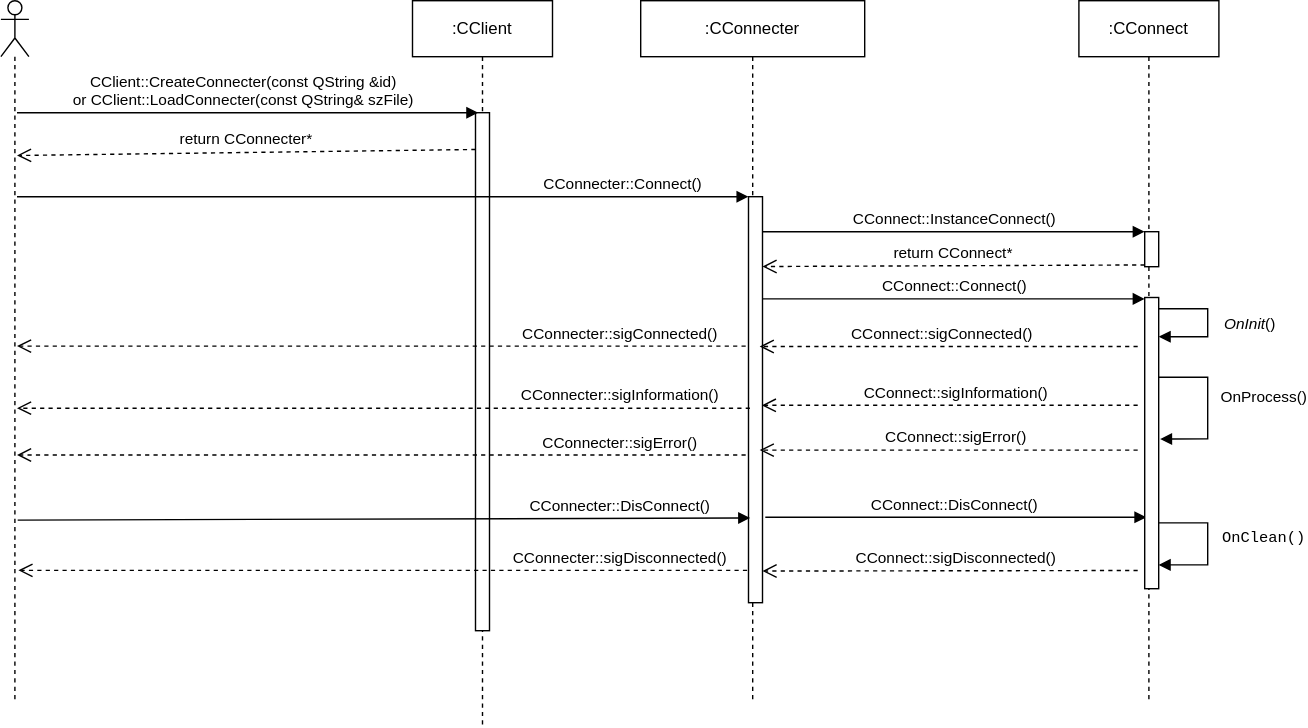
KangLin/RabbitRemoteControl keeps this draw.io diagram as docs/Image/PluginClientSequenceDiagram.svg. Above is the earlier version. Source tidied: cells renumbered, new cells last; positions are measured from the earlier drawing's top-left corner, leaving out a move shared by most shapes. Its diagram source:
```xml
<mxGraphModel>
  <root>
    <mxCell id="0" />
    <mxCell id="1" parent="0" />
    <mxCell id="2" value=":CManagePlugin" style="shape=umlLifeline;perimeter=lifelinePerimeter;whiteSpace=wrap;html=1;fontColor=#000000;" parent="1" vertex="1">
      <mxGeometry x="294" width="100" height="519" as="geometry" />
    </mxCell>
    <mxCell id="3" style="html=1;points=[];perimeter=orthogonalPerimeter;fontColor=#000000;" parent="2" vertex="1">
      <mxGeometry x="45" y="80" width="10" height="370" as="geometry" />
    </mxCell>
    <mxCell id="4" value="CConnecter::sigError()" style="html=1;verticalAlign=bottom;endArrow=open;dashed=1;endSize=8;rounded=0;fontColor=#000000;" parent="2" edge="1">
      <mxGeometry x="-0.65" relative="1" as="geometry">
        <mxPoint x="238" y="324.5" as="sourcePoint" />
        <mxPoint x="-282.5" y="324.5" as="targetPoint" />
      </mxGeometry>
    </mxCell>
    <mxCell id="5" value=":CConnecter" style="shape=umlLifeline;perimeter=lifelinePerimeter;whiteSpace=wrap;html=1;fontColor=#000000;" parent="1" vertex="1">
      <mxGeometry x="457" width="160" height="499" as="geometry" />
    </mxCell>
    <mxCell id="6" style="html=1;points=[];perimeter=orthogonalPerimeter;fontColor=#000000;" parent="5" vertex="1">
      <mxGeometry x="77" y="140" width="10" height="290" as="geometry" />
    </mxCell>
    <mxCell id="7" value="CConnect::DisConnect()" style="html=1;verticalAlign=bottom;endArrow=block;rounded=0;fontColor=#000000;entryX=0.12;entryY=0.681;entryDx=0;entryDy=0;entryPerimeter=0;" parent="5" edge="1">
      <mxGeometry x="-0.01" relative="1" as="geometry">
        <mxPoint x="89" y="369" as="sourcePoint" />
        <mxPoint x="361.2" y="369" as="targetPoint" />
      </mxGeometry>
    </mxCell>
    <mxCell id="8" style="shape=umlLifeline;participant=umlActor;perimeter=lifelinePerimeter;whiteSpace=wrap;html=1;verticalAlign=top;spacingTop=36;fontColor=#000000;" parent="1" vertex="1">
      <mxGeometry width="20" height="499" as="geometry" />
    </mxCell>
    <mxCell id="9" value="CConnecter::DisConnect()" style="html=1;verticalAlign=bottom;endArrow=block;rounded=0;fontColor=#000000;entryX=0.12;entryY=0.681;entryDx=0;entryDy=0;entryPerimeter=0;" parent="8" edge="1">
      <mxGeometry x="0.64" relative="1" as="geometry">
        <mxPoint x="12" y="371" as="sourcePoint" />
        <mxPoint x="535.2" y="369.5" as="targetPoint" />
      </mxGeometry>
    </mxCell>
    <mxCell id="10" value="CManagePlugin::CreateConnecter(const QString &amp;amp;id)&lt;div&gt;or CManagePlugin::LoadConnecter(const QString&amp;amp; szFile)&lt;/div&gt;" style="html=1;verticalAlign=bottom;endArrow=block;entryX=0;entryY=0;rounded=0;fontColor=#000000;align=center;" parent="1" edge="1">
      <mxGeometry x="-0.03" relative="1" as="geometry">
        <mxPoint x="11.5" y="80" as="sourcePoint" />
        <mxPoint x="341" y="80" as="targetPoint" />
        <mxPoint x="1" as="offset" />
      </mxGeometry>
    </mxCell>
    <mxCell id="11" value="return CConnecter*" style="html=1;verticalAlign=bottom;endArrow=open;dashed=1;endSize=8;rounded=0;fontColor=#000000;exitX=0;exitY=0.071;exitDx=0;exitDy=0;exitPerimeter=0;" parent="1" edge="1" source="3">
      <mxGeometry relative="1" as="geometry">
        <mxPoint x="11.5" y="110.6" as="targetPoint" />
      </mxGeometry>
    </mxCell>
    <mxCell id="12" value="CConnecter::Connect()" style="html=1;verticalAlign=bottom;endArrow=block;entryX=0;entryY=0;rounded=0;fontColor=#000000;" parent="1" edge="1" target="6">
      <mxGeometry x="0.65" relative="1" as="geometry">
        <mxPoint x="11.5" y="140" as="sourcePoint" />
      </mxGeometry>
    </mxCell>
    <mxCell id="13" value="CConnecter::sigConnected()" style="html=1;verticalAlign=bottom;endArrow=open;dashed=1;endSize=8;exitX=-0.2;exitY=0.33;rounded=0;fontColor=#000000;exitDx=0;exitDy=0;exitPerimeter=0;" parent="1" edge="1">
      <mxGeometry x="-0.65" relative="1" as="geometry">
        <mxPoint x="532" y="246.7" as="sourcePoint" />
        <mxPoint x="11.5" y="246.7" as="targetPoint" />
      </mxGeometry>
    </mxCell>
    <mxCell id="14" value=":CConnect" style="shape=umlLifeline;perimeter=lifelinePerimeter;whiteSpace=wrap;html=1;fontColor=#000000;" parent="1" vertex="1">
      <mxGeometry x="770" width="100" height="499" as="geometry" />
    </mxCell>
    <mxCell id="15" style="html=1;points=[];perimeter=orthogonalPerimeter;fontColor=#000000;" parent="14" vertex="1">
      <mxGeometry x="47" y="165" width="10" height="25" as="geometry" />
    </mxCell>
    <mxCell id="16" style="html=1;points=[];perimeter=orthogonalPerimeter;fontColor=#000000;" parent="14" vertex="1">
      <mxGeometry x="47" y="212" width="10" height="208" as="geometry" />
    </mxCell>
    <mxCell id="17" value="&lt;span style=&quot;font-style: italic&quot;&gt;OnInit&lt;/span&gt;()" style="html=1;verticalAlign=bottom;endArrow=block;rounded=0;fontColor=#000000;" parent="14" edge="1">
      <mxGeometry x="0.22" y="-30" relative="1" as="geometry">
        <mxPoint x="57" y="220" as="sourcePoint" />
        <mxPoint x="57" y="240" as="targetPoint" />
        <Array as="points">
          <mxPoint x="92" y="220" />
          <mxPoint x="92" y="240" />
        </Array>
        <mxPoint x="30" y="30" as="offset" />
      </mxGeometry>
    </mxCell>
    <mxCell id="18" value="OnProcess()" style="html=1;verticalAlign=bottom;endArrow=block;rounded=0;fontColor=#000000;entryX=1.1;entryY=0.486;entryDx=0;entryDy=0;entryPerimeter=0;" parent="14" edge="1" target="16">
      <mxGeometry x="0.02" y="40" relative="1" as="geometry">
        <mxPoint x="57" y="269" as="sourcePoint" />
        <Array as="points">
          <mxPoint x="92" y="269" />
          <mxPoint x="92" y="313" />
        </Array>
      </mxGeometry>
    </mxCell>
    <mxCell id="19" value="&lt;pre style=&quot;margin-top: 0px ; margin-bottom: 0px ; margin-left: 0px ; margin-right: 0px ; text-indent: 0px&quot;&gt;OnClean()&lt;/pre&gt;" style="html=1;verticalAlign=bottom;endArrow=block;rounded=0;fontColor=#000000;" parent="14" edge="1">
      <mxGeometry x="0.1" y="40" relative="1" as="geometry">
        <mxPoint x="57" y="373" as="sourcePoint" />
        <mxPoint x="57" y="403" as="targetPoint" />
        <Array as="points">
          <mxPoint x="92" y="373" />
          <mxPoint x="92" y="403" />
        </Array>
      </mxGeometry>
    </mxCell>
    <mxCell id="20" value="CConnect::InstanceConnect()" style="html=1;verticalAlign=bottom;endArrow=block;entryX=0;entryY=0;rounded=0;fontColor=#000000;" parent="1" edge="1" source="6" target="15">
      <mxGeometry relative="1" as="geometry" />
    </mxCell>
    <mxCell id="21" value="return CConnect*" style="html=1;verticalAlign=bottom;endArrow=open;dashed=1;endSize=8;exitX=0;exitY=0.95;rounded=0;fontColor=#000000;entryX=1;entryY=0.172;entryDx=0;entryDy=0;entryPerimeter=0;" parent="1" edge="1" source="15" target="6">
      <mxGeometry relative="1" as="geometry" />
    </mxCell>
    <mxCell id="22" value="CConnect::Connect()" style="html=1;verticalAlign=bottom;endArrow=block;entryX=0;entryY=0;rounded=0;fontColor=#000000;" parent="1" edge="1" source="6">
      <mxGeometry relative="1" as="geometry">
        <mxPoint x="817" y="213" as="targetPoint" />
      </mxGeometry>
    </mxCell>
    <mxCell id="23" value="CConnect::sigConnected()" style="html=1;verticalAlign=bottom;endArrow=open;dashed=1;endSize=8;rounded=0;fontColor=#000000;" parent="1" edge="1">
      <mxGeometry x="0.04" relative="1" as="geometry">
        <mxPoint x="812" y="247" as="sourcePoint" />
        <mxPoint x="542" y="247" as="targetPoint" />
      </mxGeometry>
    </mxCell>
    <mxCell id="24" value="CConnect::sigDisconnected()" style="html=1;verticalAlign=bottom;endArrow=open;dashed=1;endSize=8;rounded=0;fontColor=#000000;entryX=1;entryY=0.891;entryDx=0;entryDy=0;entryPerimeter=0;" parent="1" edge="1">
      <mxGeometry x="-0.03" relative="1" as="geometry">
        <mxPoint x="812" y="407" as="sourcePoint" />
        <mxPoint x="544" y="407.4" as="targetPoint" />
      </mxGeometry>
    </mxCell>
    <mxCell id="25" value="CConnecter::sigDisconnected()" style="html=1;verticalAlign=bottom;endArrow=open;dashed=1;endSize=8;rounded=0;fontColor=#000000;exitX=-0.2;exitY=0.91;exitDx=0;exitDy=0;exitPerimeter=0;" parent="1" edge="1">
      <mxGeometry x="-0.65" relative="1" as="geometry">
        <mxPoint x="533" y="406.9" as="sourcePoint" />
        <mxPoint x="12.5" y="406.9" as="targetPoint" />
      </mxGeometry>
    </mxCell>
    <mxCell id="26" value="CConnect::sigError()" style="html=1;verticalAlign=bottom;endArrow=open;dashed=1;endSize=8;rounded=0;fontColor=#000000;" parent="1" edge="1">
      <mxGeometry x="-0.04" relative="1" as="geometry">
        <mxPoint x="812" y="321" as="sourcePoint" />
        <mxPoint x="542" y="321" as="targetPoint" />
      </mxGeometry>
    </mxCell>
    <mxCell id="27" value="CConnect::sigInformation()" style="html=1;verticalAlign=bottom;endArrow=open;dashed=1;endSize=8;rounded=0;fontColor=#000000;" parent="1" edge="1">
      <mxGeometry x="-0.03" relative="1" as="geometry">
        <mxPoint x="812" y="289" as="sourcePoint" />
        <mxPoint x="543.5" y="289" as="targetPoint" />
      </mxGeometry>
    </mxCell>
    <mxCell id="28" value="CConnecter::sigInformation()" style="html=1;verticalAlign=bottom;endArrow=open;dashed=1;endSize=8;rounded=0;fontColor=#000000;exitX=0.1;exitY=0.583;exitDx=0;exitDy=0;exitPerimeter=0;" parent="1" edge="1">
      <mxGeometry x="-0.64" relative="1" as="geometry">
        <mxPoint x="535" y="291.1" as="sourcePoint" />
        <mxPoint x="11.5" y="291.1" as="targetPoint" />
      </mxGeometry>
    </mxCell>
  </root>
</mxGraphModel>
```
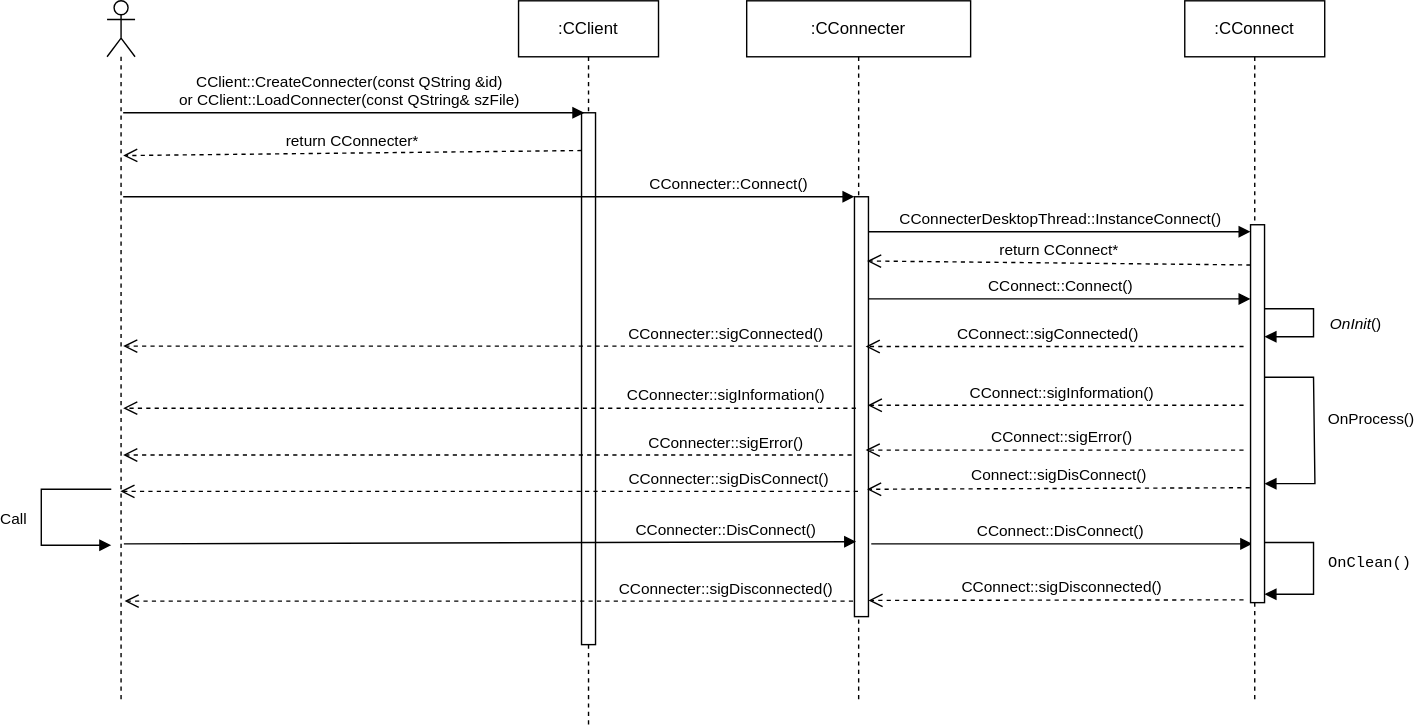
After the change.

What changed in the source:
```diff
@@ -2,11 +2,11 @@
   <root>
     <mxCell id="0" />
     <mxCell id="1" parent="0" />
-    <mxCell id="2" value=":CManagePlugin" style="shape=umlLifeline;perimeter=lifelinePerimeter;whiteSpace=wrap;html=1;fontColor=#000000;" parent="1" vertex="1">
+    <mxCell id="2" value=":CClient" style="shape=umlLifeline;perimeter=lifelinePerimeter;whiteSpace=wrap;html=1;fontColor=#000000;" parent="1" vertex="1">
       <mxGeometry x="294" width="100" height="519" as="geometry" />
     </mxCell>
     <mxCell id="3" style="html=1;points=[];perimeter=orthogonalPerimeter;fontColor=#000000;" parent="2" vertex="1">
-      <mxGeometry x="45" y="80" width="10" height="370" as="geometry" />
+      <mxGeometry x="45" y="80" width="10" height="380" as="geometry" />
     </mxCell>
     <mxCell id="4" value="CConnecter::sigError()" style="html=1;verticalAlign=bottom;endArrow=open;dashed=1;endSize=8;rounded=0;fontColor=#000000;" parent="2" edge="1">
       <mxGeometry x="-0.65" relative="1" as="geometry">
@@ -18,12 +18,12 @@
       <mxGeometry x="457" width="160" height="499" as="geometry" />
     </mxCell>
     <mxCell id="6" style="html=1;points=[];perimeter=orthogonalPerimeter;fontColor=#000000;" parent="5" vertex="1">
-      <mxGeometry x="77" y="140" width="10" height="290" as="geometry" />
+      <mxGeometry x="77" y="140" width="10" height="300" as="geometry" />
     </mxCell>
     <mxCell id="7" value="CConnect::DisConnect()" style="html=1;verticalAlign=bottom;endArrow=block;rounded=0;fontColor=#000000;entryX=0.12;entryY=0.681;entryDx=0;entryDy=0;entryPerimeter=0;" parent="5" edge="1">
       <mxGeometry x="-0.01" relative="1" as="geometry">
-        <mxPoint x="89" y="369" as="sourcePoint" />
-        <mxPoint x="361.2" y="369" as="targetPoint" />
+        <mxPoint x="89" y="388" as="sourcePoint" />
+        <mxPoint x="361.2" y="388" as="targetPoint" />
       </mxGeometry>
     </mxCell>
     <mxCell id="8" style="shape=umlLifeline;participant=umlActor;perimeter=lifelinePerimeter;whiteSpace=wrap;html=1;verticalAlign=top;spacingTop=36;fontColor=#000000;" parent="1" vertex="1">
@@ -31,11 +31,11 @@
     </mxCell>
     <mxCell id="9" value="CConnecter::DisConnect()" style="html=1;verticalAlign=bottom;endArrow=block;rounded=0;fontColor=#000000;entryX=0.12;entryY=0.681;entryDx=0;entryDy=0;entryPerimeter=0;" parent="8" edge="1">
       <mxGeometry x="0.64" relative="1" as="geometry">
-        <mxPoint x="12" y="371" as="sourcePoint" />
-        <mxPoint x="535.2" y="369.5" as="targetPoint" />
+        <mxPoint x="12" y="388" as="sourcePoint" />
+        <mxPoint x="535.2" y="386.5" as="targetPoint" />
       </mxGeometry>
     </mxCell>
-    <mxCell id="10" value="CManagePlugin::CreateConnecter(const QString &amp;amp;id)&lt;div&gt;or CManagePlugin::LoadConnecter(const QString&amp;amp; szFile)&lt;/div&gt;" style="html=1;verticalAlign=bottom;endArrow=block;entryX=0;entryY=0;rounded=0;fontColor=#000000;align=center;" parent="1" edge="1">
+    <mxCell id="10" value="CClient::CreateConnecter(const QString &amp;amp;id)&lt;div&gt;or CClient::LoadConnecter(const QString&amp;amp; szFile)&lt;/div&gt;" style="html=1;verticalAlign=bottom;endArrow=block;entryX=0;entryY=0;rounded=0;fontColor=#000000;align=center;" parent="1" edge="1">
       <mxGeometry x="-0.03" relative="1" as="geometry">
         <mxPoint x="11.5" y="80" as="sourcePoint" />
         <mxPoint x="341" y="80" as="targetPoint" />
@@ -61,11 +61,8 @@
     <mxCell id="14" value=":CConnect" style="shape=umlLifeline;perimeter=lifelinePerimeter;whiteSpace=wrap;html=1;fontColor=#000000;" parent="1" vertex="1">
       <mxGeometry x="770" width="100" height="499" as="geometry" />
     </mxCell>
-    <mxCell id="15" style="html=1;points=[];perimeter=orthogonalPerimeter;fontColor=#000000;" parent="14" vertex="1">
-      <mxGeometry x="47" y="165" width="10" height="25" as="geometry" />
-    </mxCell>
     <mxCell id="16" style="html=1;points=[];perimeter=orthogonalPerimeter;fontColor=#000000;" parent="14" vertex="1">
-      <mxGeometry x="47" y="212" width="10" height="208" as="geometry" />
+      <mxGeometry x="47" y="160" width="10" height="270" as="geometry" />
     </mxCell>
     <mxCell id="17" value="&lt;span style=&quot;font-style: italic&quot;&gt;OnInit&lt;/span&gt;()" style="html=1;verticalAlign=bottom;endArrow=block;rounded=0;fontColor=#000000;" parent="14" edge="1">
       <mxGeometry x="0.22" y="-30" relative="1" as="geometry">
@@ -78,30 +75,34 @@
         <mxPoint x="30" y="30" as="offset" />
       </mxGeometry>
     </mxCell>
-    <mxCell id="18" value="OnProcess()" style="html=1;verticalAlign=bottom;endArrow=block;rounded=0;fontColor=#000000;entryX=1.1;entryY=0.486;entryDx=0;entryDy=0;entryPerimeter=0;" parent="14" edge="1" target="16">
+    <mxCell id="18" value="OnProcess()" style="html=1;verticalAlign=bottom;endArrow=block;rounded=0;fontColor=#000000;" parent="14" edge="1" target="16">
       <mxGeometry x="0.02" y="40" relative="1" as="geometry">
         <mxPoint x="57" y="269" as="sourcePoint" />
         <Array as="points">
           <mxPoint x="92" y="269" />
-          <mxPoint x="92" y="313" />
+          <mxPoint x="93" y="345" />
         </Array>
       </mxGeometry>
     </mxCell>
     <mxCell id="19" value="&lt;pre style=&quot;margin-top: 0px ; margin-bottom: 0px ; margin-left: 0px ; margin-right: 0px ; text-indent: 0px&quot;&gt;OnClean()&lt;/pre&gt;" style="html=1;verticalAlign=bottom;endArrow=block;rounded=0;fontColor=#000000;" parent="14" edge="1">
       <mxGeometry x="0.1" y="40" relative="1" as="geometry">
-        <mxPoint x="57" y="373" as="sourcePoint" />
-        <mxPoint x="57" y="403" as="targetPoint" />
+        <mxPoint x="57" y="387" as="sourcePoint" />
+        <mxPoint x="57" y="424" as="targetPoint" />
         <Array as="points">
-          <mxPoint x="92" y="373" />
-          <mxPoint x="92" y="403" />
+          <mxPoint x="92" y="387" />
+          <mxPoint x="92" y="424" />
         </Array>
       </mxGeometry>
     </mxCell>
-    <mxCell id="20" value="CConnect::InstanceConnect()" style="html=1;verticalAlign=bottom;endArrow=block;entryX=0;entryY=0;rounded=0;fontColor=#000000;" parent="1" edge="1" source="6" target="15">
-      <mxGeometry relative="1" as="geometry" />
+    <mxCell id="20" value="CConnecterDesktopThread::InstanceConnect()" style="html=1;verticalAlign=bottom;endArrow=block;entryX=0;entryY=0;rounded=0;fontColor=#000000;" parent="1" edge="1" source="6">
+      <mxGeometry relative="1" as="geometry">
+        <mxPoint x="817" y="165" as="targetPoint" />
+      </mxGeometry>
     </mxCell>
-    <mxCell id="21" value="return CConnect*" style="html=1;verticalAlign=bottom;endArrow=open;dashed=1;endSize=8;exitX=0;exitY=0.95;rounded=0;fontColor=#000000;entryX=1;entryY=0.172;entryDx=0;entryDy=0;entryPerimeter=0;" parent="1" edge="1" source="15" target="6">
-      <mxGeometry relative="1" as="geometry" />
+    <mxCell id="21" value="return CConnect*" style="html=1;verticalAlign=bottom;endArrow=open;dashed=1;endSize=8;exitX=0;exitY=0.95;rounded=0;fontColor=#000000;entryX=0.9;entryY=0.153;entryDx=0;entryDy=0;entryPerimeter=0;" parent="1" edge="1" target="6">
+      <mxGeometry relative="1" as="geometry">
+        <mxPoint x="817" y="188.8" as="sourcePoint" />
+      </mxGeometry>
     </mxCell>
     <mxCell id="22" value="CConnect::Connect()" style="html=1;verticalAlign=bottom;endArrow=block;entryX=0;entryY=0;rounded=0;fontColor=#000000;" parent="1" edge="1" source="6">
       <mxGeometry relative="1" as="geometry">
@@ -116,14 +117,14 @@
     </mxCell>
     <mxCell id="24" value="CConnect::sigDisconnected()" style="html=1;verticalAlign=bottom;endArrow=open;dashed=1;endSize=8;rounded=0;fontColor=#000000;entryX=1;entryY=0.891;entryDx=0;entryDy=0;entryPerimeter=0;" parent="1" edge="1">
       <mxGeometry x="-0.03" relative="1" as="geometry">
-        <mxPoint x="812" y="407" as="sourcePoint" />
-        <mxPoint x="544" y="407.4" as="targetPoint" />
+        <mxPoint x="812" y="428" as="sourcePoint" />
+        <mxPoint x="544" y="428.4" as="targetPoint" />
       </mxGeometry>
     </mxCell>
     <mxCell id="25" value="CConnecter::sigDisconnected()" style="html=1;verticalAlign=bottom;endArrow=open;dashed=1;endSize=8;rounded=0;fontColor=#000000;exitX=-0.2;exitY=0.91;exitDx=0;exitDy=0;exitPerimeter=0;" parent="1" edge="1">
       <mxGeometry x="-0.65" relative="1" as="geometry">
-        <mxPoint x="533" y="406.9" as="sourcePoint" />
-        <mxPoint x="12.5" y="406.9" as="targetPoint" />
+        <mxPoint x="533" y="428.9" as="sourcePoint" />
+        <mxPoint x="12.5" y="428.9" as="targetPoint" />
       </mxGeometry>
     </mxCell>
     <mxCell id="26" value="CConnect::sigError()" style="html=1;verticalAlign=bottom;endArrow=open;dashed=1;endSize=8;rounded=0;fontColor=#000000;" parent="1" edge="1">
@@ -144,5 +145,27 @@
         <mxPoint x="11.5" y="291.1" as="targetPoint" />
       </mxGeometry>
     </mxCell>
+    <mxCell id="29" value="Connect::sigDisConnect()" style="html=1;verticalAlign=bottom;endArrow=open;dashed=1;endSize=8;curved=0;rounded=0;" parent="1" edge="1">
+      <mxGeometry relative="1" as="geometry">
+        <mxPoint x="816.5" y="347.9" as="sourcePoint" />
+        <mxPoint x="543" y="349" as="targetPoint" />
+      </mxGeometry>
+    </mxCell>
+    <mxCell id="30" value="CConnecter::sigDisConnect()" style="html=1;verticalAlign=bottom;endArrow=open;dashed=1;endSize=8;curved=0;rounded=0;" parent="1" edge="1">
+      <mxGeometry x="-0.65" relative="1" as="geometry">
+        <mxPoint x="536.5" y="350.5" as="sourcePoint" />
+        <mxPoint x="9.5" y="350.5" as="targetPoint" />
+      </mxGeometry>
+    </mxCell>
+    <mxCell id="31" value="Call" style="html=1;verticalAlign=bottom;endArrow=block;curved=0;rounded=0;" parent="1" edge="1">
+      <mxGeometry x="0.14" y="-20" relative="1" as="geometry">
+        <mxPoint x="3" y="349" as="sourcePoint" />
+        <mxPoint x="3" y="389" as="targetPoint" />
+        <Array as="points">
+          <mxPoint x="-47" y="349" />
+          <mxPoint x="-47" y="389" />
+        </Array>
+      </mxGeometry>
+    </mxCell>
   </root>
 </mxGraphModel>
```
